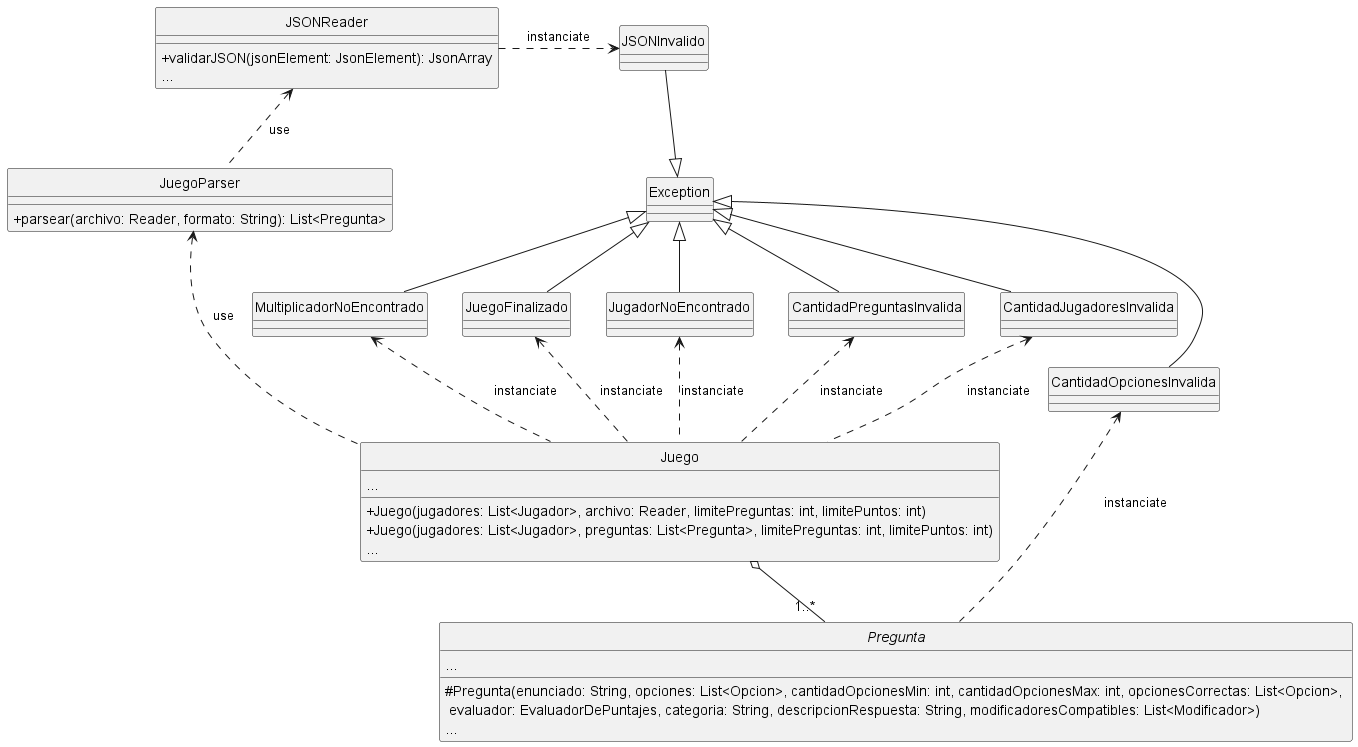
The PlantUML diagram diagrams/classes/clase_excepciones.png in lautiland/TP2-ALGO3-ALGOHOOT, before a commit.
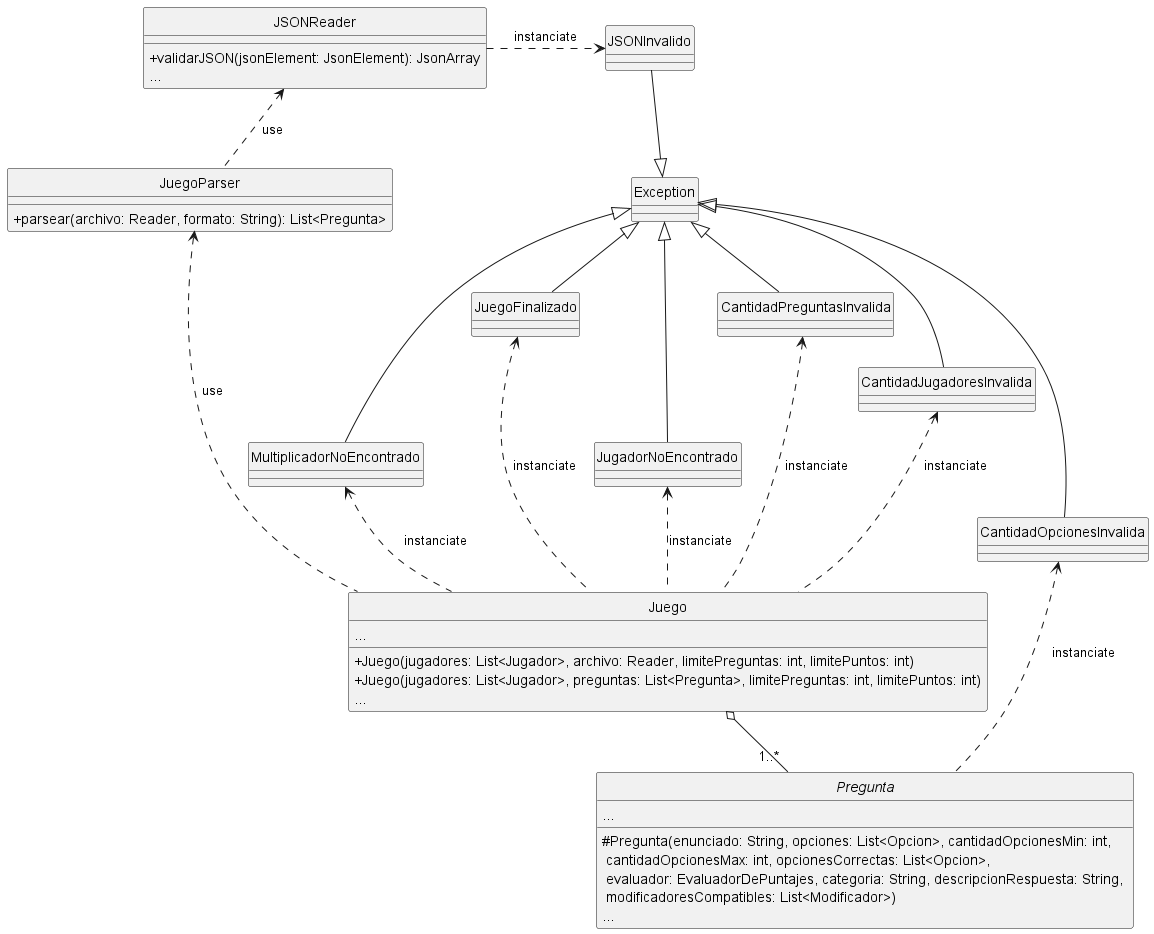
Later version of the same file.

The edit, as a diff of the source:
```diff
@@ -13,7 +13,7 @@
 
 abstract Pregunta {
     ...
-# Pregunta(enunciado: String, opciones: List<Opcion>, cantidadOpcionesMin: int, cantidadOpcionesMax: int, opcionesCorrectas: List<Opcion>, \n evaluador: EvaluadorDePuntajes, categoria: String, descripcionRespuesta: String, modificadoresCompatibles: List<Modificador>)
+# Pregunta(enunciado: String, opciones: List<Opcion>, cantidadOpcionesMin: int, \n cantidadOpcionesMax: int, opcionesCorrectas: List<Opcion>, \n evaluador: EvaluadorDePuntajes, categoria: String, descripcionRespuesta: String, \n modificadoresCompatibles: List<Modificador>)
     {method} ...
 }
 
@@ -33,21 +33,21 @@
 
 Juego o-down- "1..*" Pregunta
 Juego .up.> CantidadJugadoresInvalida : "instanciate"
-Juego .up.> CantidadPreguntasInvalida : "instanciate"
+Juego ..up.> CantidadPreguntasInvalida : "instanciate"
 Juego .up.> JugadorNoEncontrado : "instanciate"
-Juego .up.> JuegoFinalizado : "instanciate"
+Juego ..up.> JuegoFinalizado : "instanciate"
 Juego .up.> MultiplicadorNoEncontrado : "instanciate"
 Pregunta .up.> CantidadOpcionesInvalida : "instanciate"
-Juego .up..> JuegoParser : "use"
+Juego ..up..> JuegoParser : "use"
 JuegoParser .up.> JSONReader : "use"
 JSONReader .right.> JSONInvalido : "instanciate"
 
 CantidadJugadoresInvalida -up-|> Exception
 CantidadOpcionesInvalida -up-|> Exception
 CantidadPreguntasInvalida -up-|> Exception
-Exception <|-- JugadorNoEncontrado
+Exception <|--- JugadorNoEncontrado
 Exception <|-- JuegoFinalizado
-Exception <|-- MultiplicadorNoEncontrado
+Exception <|--- MultiplicadorNoEncontrado
 JSONInvalido -down-|> Exception
 
 
```
